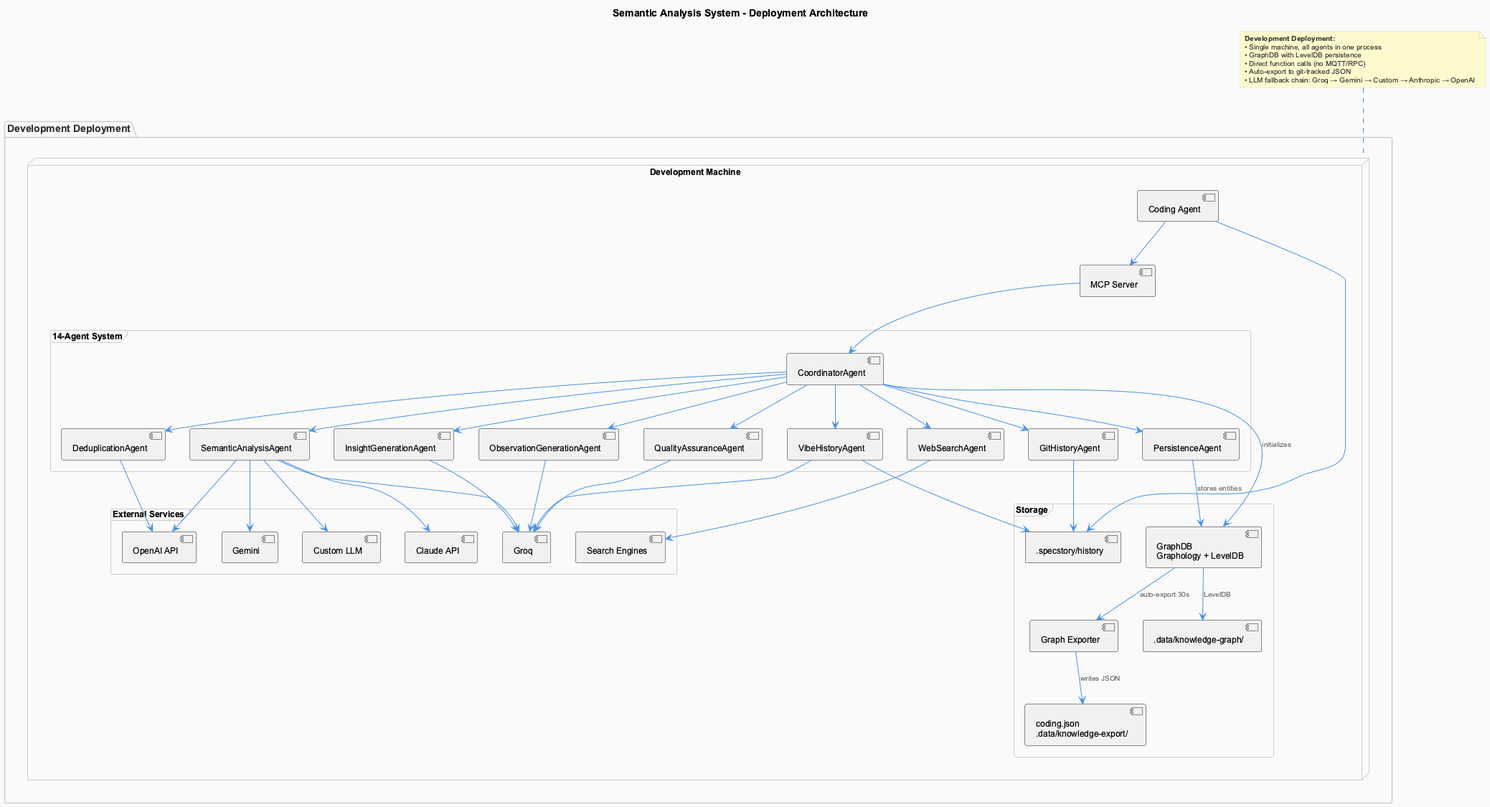
Before: docs-content/images/semantic-analysis-deployment.png, a diagram exported from PlantUML (fwornle/coding).
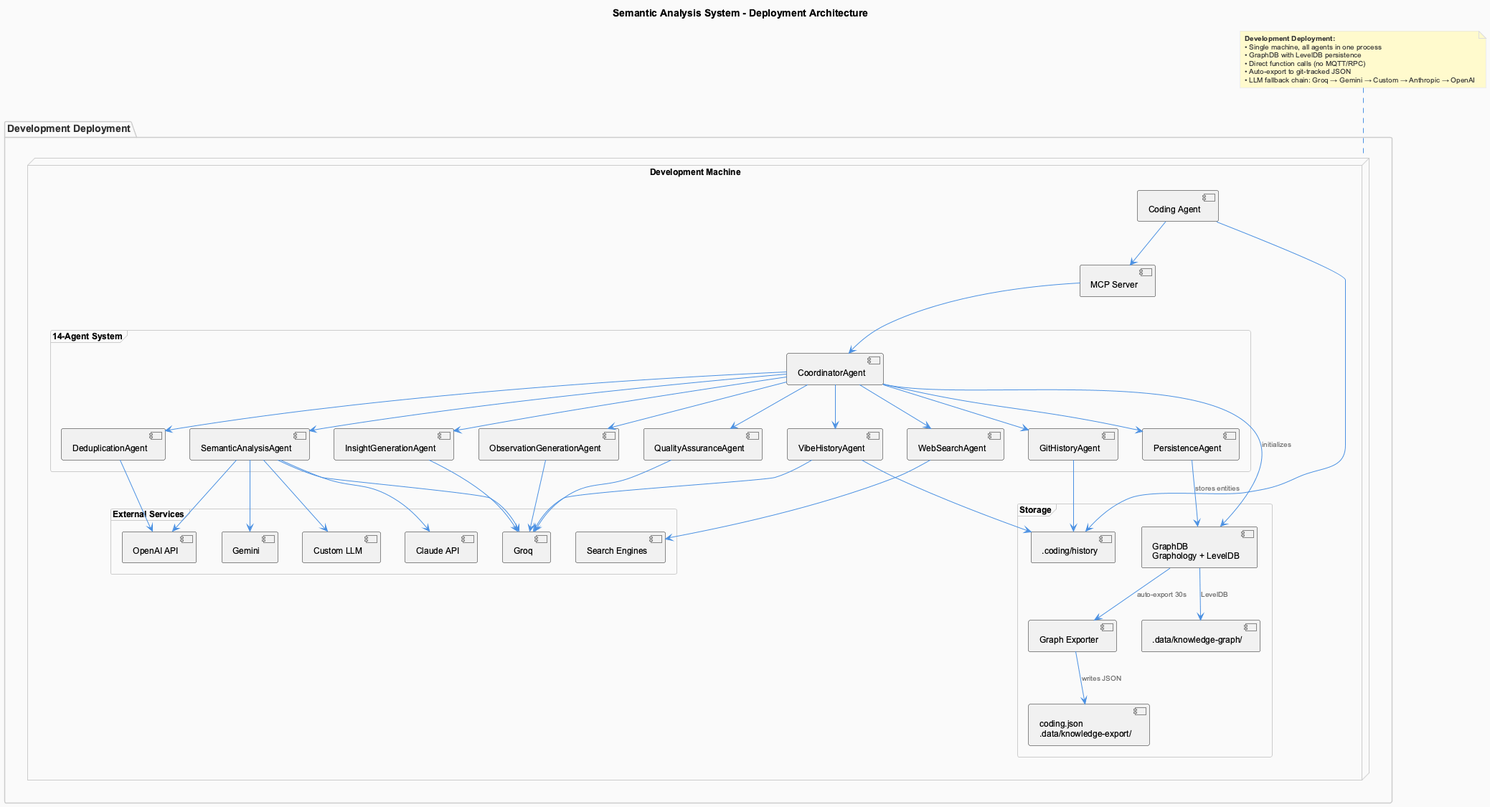
After the commit.

The edit, as a diff of the source:
```diff
@@ -27,7 +27,7 @@
       database [GraphDB\nGraphology + LevelDB] as GraphDB
       component [Graph Exporter] as Exporter
       database [coding.json\n.data/knowledge-export/] as SharedMemory
-      folder [.specstory/history] as History
+      folder [.coding/history] as History
       folder [.data/knowledge-graph/] as KGStorage
     }
 
```
